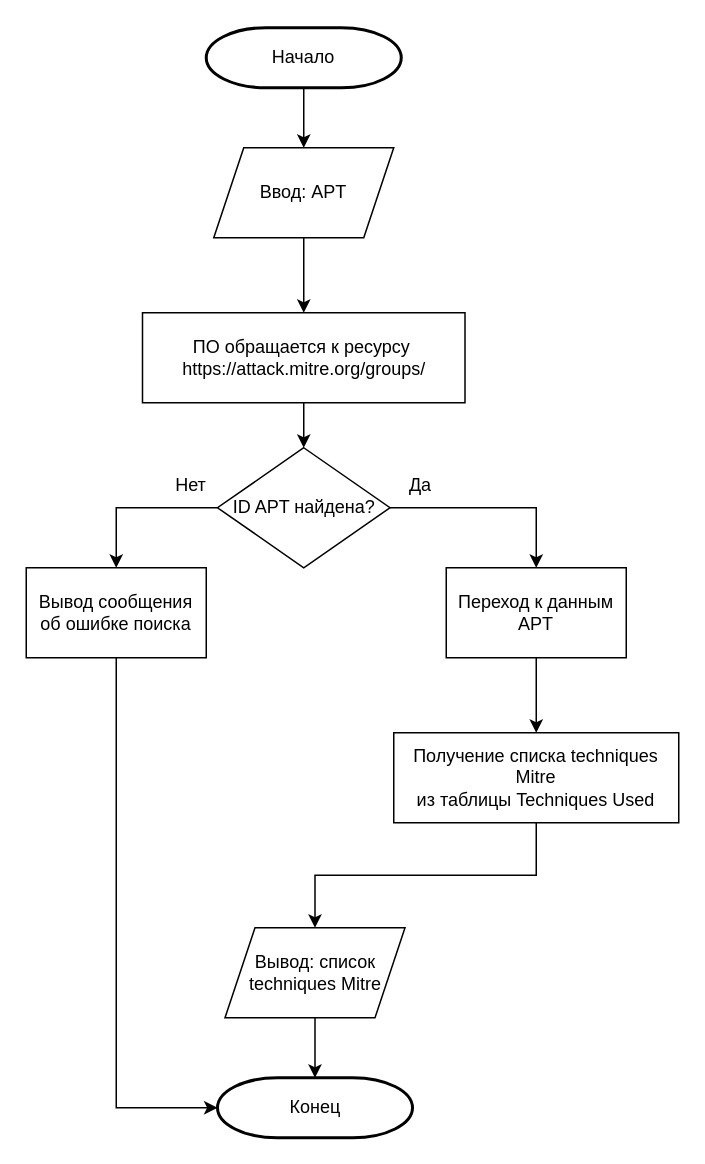
The draw.io diagram Algorithm_OPZ/(1. ВД) 1. Алгоритм Сбор данных Mitre Att&ck.drawio in SmirnovBogdan8/Diplom, before the edit. Source tidied: cells renumbered, new cells numbered last; positions are measured from the earlier drawing's top-left corner, leaving out a move shared by most shapes. Both pictures are drawn from the tidied source at 150%, with x=0, y=0 at pixel (26, 27).
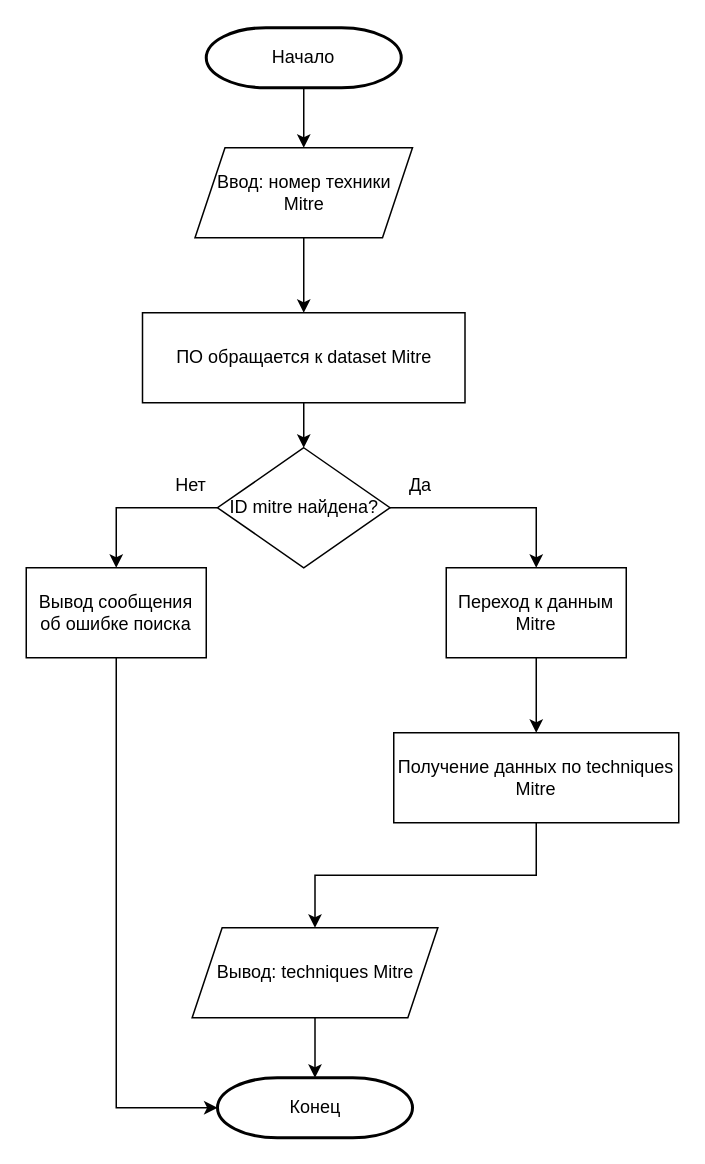
After the change.

What changed in the source:
```diff
@@
-    <mxCell id="6" value="Ввод: APT" style="shape=parallelogram;perimeter=parallelogramPerimeter;whiteSpace=wrap;html=1;fixedSize=1;" parent="1" vertex="1">
-      <mxGeometry x="125" y="80" width="120" height="60" as="geometry" />
+    <mxCell id="6" value="Ввод: номер техники Mitre" style="shape=parallelogram;perimeter=parallelogramPerimeter;whiteSpace=wrap;html=1;fixedSize=1;" parent="1" vertex="1">
+      <mxGeometry x="112.5" y="80" width="145" height="60" as="geometry" />
     </mxCell>
@@
-    <mxCell id="8" value="Вывод: список techniques Mitre" style="shape=parallelogram;perimeter=parallelogramPerimeter;whiteSpace=wrap;html=1;fixedSize=1;" parent="1" vertex="1">
-      <mxGeometry x="132.5" y="600" width="120" height="60" as="geometry" />
+    <mxCell id="8" value="Вывод: techniques Mitre" style="shape=parallelogram;perimeter=parallelogramPerimeter;whiteSpace=wrap;html=1;fixedSize=1;" parent="1" vertex="1">
+      <mxGeometry x="110.6" y="600" width="163.8" height="60" as="geometry" />
     </mxCell>
@@
-    <mxCell id="10" value="ПО обращается к ресурсу&amp;nbsp;&lt;div&gt;https://attack.mitre.org/groups/&lt;/div&gt;" style="rounded=0;whiteSpace=wrap;html=1;" parent="1" vertex="1">
+    <mxCell id="10" value="ПО обращается к dataset Mitre" style="rounded=0;whiteSpace=wrap;html=1;" parent="1" vertex="1">
       <mxGeometry x="77.5" y="190" width="215" height="60" as="geometry" />
     </mxCell>
@@
-    <mxCell id="13" value="ID APT найдена?" style="rhombus;whiteSpace=wrap;html=1;" parent="1" vertex="1">
+    <mxCell id="13" value="ID mitre найдена?" style="rhombus;whiteSpace=wrap;html=1;" parent="1" vertex="1">
       <mxGeometry x="127.5" y="280" width="115" height="80" as="geometry" />
     </mxCell>
@@
-    <mxCell id="16" value="Переход к данным APT" style="rounded=0;whiteSpace=wrap;html=1;" parent="1" vertex="1">
+    <mxCell id="16" value="Переход к данным Mitre" style="rounded=0;whiteSpace=wrap;html=1;" parent="1" vertex="1">
       <mxGeometry x="280" y="360" width="120" height="60" as="geometry" />
     </mxCell>
@@
-    <mxCell id="18" value="Получение списка techniques Mitre&lt;br&gt;из таблицы&amp;nbsp;Techniques Used" style="rounded=0;whiteSpace=wrap;html=1;" parent="1" vertex="1">
+    <mxCell id="18" value="Получение данных по techniques Mitre" style="rounded=0;whiteSpace=wrap;html=1;" parent="1" vertex="1">
       <mxGeometry x="245" y="470" width="190" height="60" as="geometry" />
     </mxCell>
```
